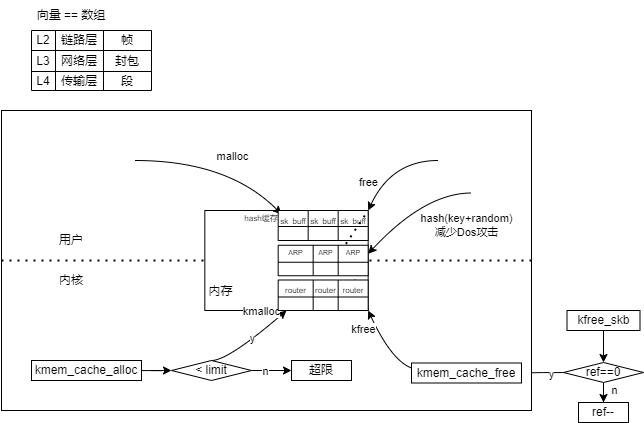
This is 深入理解Linux网络/简介.drawio.png from nayitian/drawio, a draw.io export, as it was before one commit. Source tidied: cells renumbered, new cells last; positions are measured from the earlier drawing's top-left corner, leaving out a move shared by most shapes.
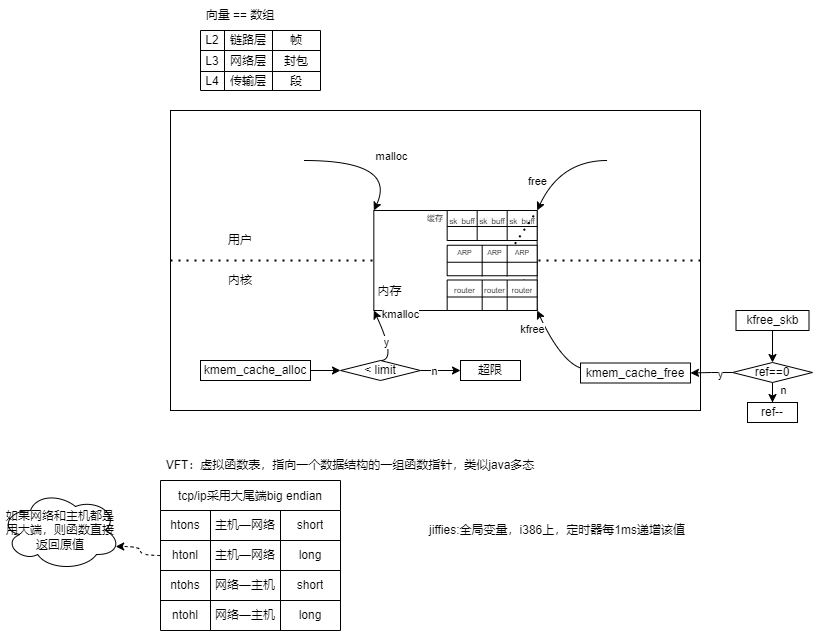
Above is the later version.

What changed in the source:
```diff
@@ -46,48 +46,25 @@
     </mxCell>
-    <mxCell id="16" value="ref--" style="rounded=0;whiteSpace=wrap;html=1;" parent="1" vertex="1">
-      <mxGeometry x="577" y="402" width="50" height="20" as="geometry" />
-    </mxCell>
-    <mxCell id="17" style="edgeStyle=orthogonalEdgeStyle;rounded=0;jettySize=auto;html=1;entryX=0.5;entryY=0;entryDx=0;entryDy=0;" parent="1" edge="1" source="21" target="16">
-      <mxGeometry relative="1" as="geometry" />
-    </mxCell>
-    <mxCell id="18" value="n" style="edgeLabel;html=1;align=center;verticalAlign=middle;" parent="17" vertex="1">
-      <mxGeometry x="0.1" y="-2" relative="1" as="geometry">
-        <mxPoint x="8" as="offset" />
-      </mxGeometry>
-    </mxCell>
-    <mxCell id="19" style="edgeStyle=orthogonalEdgeStyle;rounded=0;jettySize=auto;html=1;entryX=1;entryY=0.5;entryDx=0;entryDy=0;" parent="1" edge="1" source="21" target="51">
-      <mxGeometry relative="1" as="geometry" />
-    </mxCell>
-    <mxCell id="20" value="y" style="edgeLabel;html=1;align=center;verticalAlign=middle;" parent="19" vertex="1">
-      <mxGeometry x="-0.4" y="1" relative="1" as="geometry" />
-    </mxCell>
-    <mxCell id="21" value="ref==0" style="rhombus;whiteSpace=wrap;html=1;" parent="1" vertex="1">
-      <mxGeometry x="562" y="362" width="80" height="20" as="geometry" />
-    </mxCell>
-    <mxCell id="22" style="edgeStyle=orthogonalEdgeStyle;rounded=0;jettySize=auto;html=1;entryX=0.5;entryY=0;entryDx=0;entryDy=0;" parent="1" edge="1" source="23" target="21">
-      <mxGeometry relative="1" as="geometry" />
-    </mxCell>
-    <mxCell id="23" value="kfree_skb" style="rounded=0;whiteSpace=wrap;html=1;" parent="1" vertex="1">
-      <mxGeometry x="565.5" y="310" width="73" height="20" as="geometry" />
-    </mxCell>
+    <mxCell id="78" style="group;" parent="1" vertex="1">
+      <mxGeometry x="40" y="110" width="490" height="340" as="geometry" />
+    </mxCell>
-    <mxCell id="24" style="rounded=0;whiteSpace=wrap;html=1;" parent="1" vertex="1">
-      <mxGeometry y="110" width="530" height="300" as="geometry" />
+    <mxCell id="24" style="rounded=0;whiteSpace=wrap;html=1;" parent="78" vertex="1">
+      <mxGeometry x="-40" width="530" height="300" as="geometry" />
     </mxCell>
-    <mxCell id="25" style="endArrow=none;dashed=1;html=1;dashPattern=1 3;strokeWidth=2;rounded=0;exitX=0;exitY=0.5;exitDx=0;exitDy=0;entryX=1;entryY=0.5;entryDx=0;entryDy=0;" parent="1" edge="1" source="24" target="24">
+    <mxCell id="25" style="endArrow=none;dashed=1;html=1;dashPattern=1 3;strokeWidth=2;rounded=0;exitX=0;exitY=0.5;exitDx=0;exitDy=0;entryX=1;entryY=0.5;entryDx=0;entryDy=0;" parent="78" edge="1" source="24" target="24">
       <mxGeometry relative="1" as="geometry" />
     </mxCell>
-    <mxCell id="26" value="用户" style="text;html=1;align=center;verticalAlign=middle;whiteSpace=wrap;rounded=0;" parent="1" vertex="1">
-      <mxGeometry x="40" y="220" width="60" height="40" as="geometry" />
+    <mxCell id="26" value="用户" style="text;html=1;align=center;verticalAlign=middle;whiteSpace=wrap;rounded=0;" parent="78" vertex="1">
+      <mxGeometry y="110" width="60" height="40" as="geometry" />
     </mxCell>
-    <mxCell id="27" value="内核" style="text;html=1;align=center;verticalAlign=middle;whiteSpace=wrap;rounded=0;" parent="1" vertex="1">
-      <mxGeometry x="40" y="260" width="60" height="40" as="geometry" />
+    <mxCell id="27" value="内核" style="text;html=1;align=center;verticalAlign=middle;whiteSpace=wrap;rounded=0;" parent="78" vertex="1">
+      <mxGeometry y="150" width="60" height="40" as="geometry" />
     </mxCell>
-    <mxCell id="28" style="rounded=0;whiteSpace=wrap;html=1;" parent="1" vertex="1">
-      <mxGeometry x="203.3" y="210" width="163.3" height="100" as="geometry" />
+    <mxCell id="28" style="rounded=0;whiteSpace=wrap;html=1;" parent="78" vertex="1">
+      <mxGeometry x="163.3" y="100" width="163.3" height="100" as="geometry" />
     </mxCell>
-    <mxCell id="29" style="endArrow=classic;html=1;rounded=0;entryX=1;entryY=0.25;entryDx=0;entryDy=0;curved=1;" parent="1" edge="1" target="48">
+    <mxCell id="29" style="endArrow=classic;html=1;rounded=0;entryX=0;entryY=0;entryDx=0;entryDy=0;curved=1;" parent="78" edge="1" target="28">
       <mxGeometry relative="1" as="geometry">
-        <mxPoint x="133.3" y="160" as="sourcePoint" />
+        <mxPoint x="93.3" y="50" as="sourcePoint" />
         <Array as="points">
-          <mxPoint x="226.7" y="160" />
+          <mxPoint x="186.7" y="50" />
         </Array>
@@ -100,8 +77,8 @@
     </mxCell>
-    <mxCell id="31" style="endArrow=classic;html=1;rounded=0;entryX=0;entryY=0;entryDx=0;entryDy=0;curved=1;" parent="1" edge="1">
+    <mxCell id="31" style="endArrow=classic;html=1;rounded=0;entryX=0;entryY=0;entryDx=0;entryDy=0;curved=1;" parent="78" edge="1">
       <mxGeometry relative="1" as="geometry">
-        <mxPoint x="436.7" y="160" as="sourcePoint" />
-        <mxPoint x="366.7" y="210" as="targetPoint" />
+        <mxPoint x="396.7" y="50" as="sourcePoint" />
+        <mxPoint x="326.7" y="100" as="targetPoint" />
         <Array as="points">
-          <mxPoint x="390" y="160" />
+          <mxPoint x="350" y="50" />
         </Array>
@@ -114,6 +91,7 @@
     </mxCell>
-    <mxCell id="33" style="endArrow=classic;html=1;rounded=0;entryX=0.5;entryY=1;entryDx=0;entryDy=0;curved=1;exitX=0.5;exitY=0;exitDx=0;exitDy=0;" parent="1" edge="1" source="56" target="28">
+    <mxCell id="33" style="endArrow=classic;html=1;rounded=0;entryX=0;entryY=0;entryDx=0;entryDy=0;curved=1;exitX=0.5;exitY=0;exitDx=0;exitDy=0;" parent="78" edge="1" source="56">
       <mxGeometry relative="1" as="geometry">
+        <mxPoint x="163.3" y="200" as="targetPoint" />
         <Array as="points">
-          <mxPoint x="226.7" y="360" />
+          <mxPoint x="186.7" y="250" />
         </Array>
@@ -129,7 +107,7 @@
     </mxCell>
-    <mxCell id="36" style="endArrow=classic;html=1;rounded=0;entryX=0;entryY=0;entryDx=0;entryDy=0;curved=1;exitX=0;exitY=0.25;exitDx=0;exitDy=0;" parent="1" edge="1" source="51">
+    <mxCell id="36" style="endArrow=classic;html=1;rounded=0;entryX=0;entryY=0;entryDx=0;entryDy=0;curved=1;exitX=0;exitY=0.25;exitDx=0;exitDy=0;" parent="78" edge="1" source="51">
       <mxGeometry relative="1" as="geometry">
-        <mxPoint x="366.7" y="310" as="targetPoint" />
+        <mxPoint x="326.7" y="200" as="targetPoint" />
         <Array as="points">
-          <mxPoint x="390" y="360" />
+          <mxPoint x="350" y="250" />
         </Array>
@@ -142,4 +120,4 @@
     </mxCell>
-    <mxCell id="38" style="shape=table;startSize=0;" parent="1" vertex="1">
-      <mxGeometry x="276.7" y="210" width="90" height="30" as="geometry" />
+    <mxCell id="38" style="shape=table;startSize=0;" parent="78" vertex="1">
+      <mxGeometry x="236.7" y="100" width="90" height="30" as="geometry" />
     </mxCell>
@@ -169,28 +147,28 @@
     </mxCell>
-    <mxCell id="47" value="内存" style="text;html=1;align=center;verticalAlign=middle;whiteSpace=wrap;rounded=0;" parent="1" vertex="1">
-      <mxGeometry x="203.3" y="282.5" width="32.7" height="17.5" as="geometry" />
+    <mxCell id="47" value="内存" style="text;html=1;align=center;verticalAlign=middle;whiteSpace=wrap;rounded=0;" parent="78" vertex="1">
+      <mxGeometry x="163.3" y="172.5" width="32.7" height="17.5" as="geometry" />
     </mxCell>
-    <mxCell id="48" value="hash缓存" style="text;html=1;align=center;verticalAlign=middle;whiteSpace=wrap;rounded=0;fontSize=8;" parent="1" vertex="1">
-      <mxGeometry x="240" y="210" width="40" height="15" as="geometry" />
+    <mxCell id="48" value="缓存" style="text;html=1;align=center;verticalAlign=middle;whiteSpace=wrap;rounded=0;fontSize=8;" parent="78" vertex="1">
+      <mxGeometry x="210" y="100" width="30" height="15" as="geometry" />
     </mxCell>
-    <mxCell id="49" style="endArrow=none;dashed=1;html=1;dashPattern=1 3;strokeWidth=2;rounded=0;entryX=1;entryY=1;entryDx=0;entryDy=0;" parent="1" edge="1" target="28">
+    <mxCell id="49" style="endArrow=none;dashed=1;html=1;dashPattern=1 3;strokeWidth=2;rounded=0;entryX=1;entryY=1;entryDx=0;entryDy=0;" parent="78" edge="1" target="28">
       <mxGeometry relative="1" as="geometry">
-        <mxPoint x="340" y="250" as="sourcePoint" />
+        <mxPoint x="300" y="140" as="sourcePoint" />
       </mxGeometry>
     </mxCell>
-    <mxCell id="50" style="endArrow=none;dashed=1;html=1;dashPattern=1 3;strokeWidth=2;rounded=0;entryX=1;entryY=0;entryDx=0;entryDy=0;" parent="1" edge="1" target="38">
+    <mxCell id="50" style="endArrow=none;dashed=1;html=1;dashPattern=1 3;strokeWidth=2;rounded=0;entryX=1;entryY=0;entryDx=0;entryDy=0;" parent="78" edge="1" target="38">
       <mxGeometry relative="1" as="geometry">
-        <mxPoint x="340" y="250" as="sourcePoint" />
+        <mxPoint x="300" y="140" as="sourcePoint" />
       </mxGeometry>
     </mxCell>
-    <mxCell id="51" value="kmem_cache_free" style="rounded=0;whiteSpace=wrap;html=1;" parent="1" vertex="1">
-      <mxGeometry x="410" y="362.5" width="110" height="20" as="geometry" />
+    <mxCell id="51" value="kmem_cache_free" style="rounded=0;whiteSpace=wrap;html=1;" parent="78" vertex="1">
+      <mxGeometry x="370" y="252.5" width="110" height="20" as="geometry" />
     </mxCell>
-    <mxCell id="52" style="edgeStyle=orthogonalEdgeStyle;rounded=0;jettySize=auto;html=1;entryX=0;entryY=0.5;entryDx=0;entryDy=0;" parent="1" edge="1" source="53" target="56">
+    <mxCell id="52" style="edgeStyle=orthogonalEdgeStyle;rounded=0;jettySize=auto;html=1;entryX=0;entryY=0.5;entryDx=0;entryDy=0;" parent="78" edge="1" source="53" target="56">
       <mxGeometry relative="1" as="geometry" />
     </mxCell>
-    <mxCell id="53" value="kmem_cache_alloc" style="rounded=0;whiteSpace=wrap;html=1;" parent="1" vertex="1">
-      <mxGeometry x="30" y="360" width="110" height="20" as="geometry" />
+    <mxCell id="53" value="kmem_cache_alloc" style="rounded=0;whiteSpace=wrap;html=1;" parent="78" vertex="1">
+      <mxGeometry x="-10" y="250" width="110" height="20" as="geometry" />
     </mxCell>
-    <mxCell id="54" style="edgeStyle=orthogonalEdgeStyle;rounded=0;jettySize=auto;html=1;entryX=0;entryY=0.5;entryDx=0;entryDy=0;" parent="1" edge="1" source="56" target="57">
+    <mxCell id="54" style="edgeStyle=orthogonalEdgeStyle;rounded=0;jettySize=auto;html=1;entryX=0;entryY=0.5;entryDx=0;entryDy=0;" parent="78" edge="1" source="56" target="57">
       <mxGeometry relative="1" as="geometry" />
@@ -200,10 +178,10 @@
     </mxCell>
-    <mxCell id="56" value="&amp;lt; limit" style="rhombus;whiteSpace=wrap;html=1;" parent="1" vertex="1">
-      <mxGeometry x="170" y="360" width="80" height="20" as="geometry" />
+    <mxCell id="56" value="&amp;lt; limit" style="rhombus;whiteSpace=wrap;html=1;" parent="78" vertex="1">
+      <mxGeometry x="130" y="250" width="80" height="20" as="geometry" />
     </mxCell>
-    <mxCell id="57" value="超限" style="rounded=0;whiteSpace=wrap;html=1;" parent="1" vertex="1">
-      <mxGeometry x="290" y="360" width="60" height="20" as="geometry" />
+    <mxCell id="57" value="超限" style="rounded=0;whiteSpace=wrap;html=1;" parent="78" vertex="1">
+      <mxGeometry x="250" y="250" width="60" height="20" as="geometry" />
     </mxCell>
-    <mxCell id="58" style="shape=table;startSize=0;" parent="1" vertex="1">
-      <mxGeometry x="276.7" y="244.8" width="90" height="30.5" as="geometry" />
+    <mxCell id="58" style="shape=table;startSize=0;" parent="78" vertex="1">
+      <mxGeometry x="236.7" y="134.8" width="90" height="30.5" as="geometry" />
     </mxCell>
@@ -222,15 +200,15 @@
     <mxCell id="63" style="shape=tableRow;horizontal=0;startSize=0;swimlaneHead=0;swimlaneBody=0;strokeColor=inherit;top=0;left=0;bottom=0;right=0;fillColor=none;" parent="58" vertex="1">
-      <mxGeometry y="17" width="90" height="13" as="geometry" />
+      <mxGeometry y="17" width="90" height="14" as="geometry" />
     </mxCell>
     <mxCell id="64" style="shape=partialRectangle;html=1;whiteSpace=wrap;strokeColor=inherit;overflow=hidden;fillColor=none;top=0;left=0;bottom=0;right=0;" parent="63" vertex="1">
-      <mxGeometry width="35" height="13" as="geometry" />
+      <mxGeometry width="35" height="14" as="geometry" />
     </mxCell>
     <mxCell id="65" style="shape=partialRectangle;html=1;whiteSpace=wrap;strokeColor=inherit;overflow=hidden;fillColor=none;top=0;left=0;bottom=0;right=0;" parent="63" vertex="1">
-      <mxGeometry x="35" width="25" height="13" as="geometry" />
+      <mxGeometry x="35" width="25" height="14" as="geometry" />
     </mxCell>
     <mxCell id="66" style="shape=partialRectangle;html=1;whiteSpace=wrap;strokeColor=inherit;overflow=hidden;fillColor=none;top=0;left=0;bottom=0;right=0;" parent="63" vertex="1">
-      <mxGeometry x="60" width="30" height="13" as="geometry" />
+      <mxGeometry x="60" width="30" height="14" as="geometry" />
     </mxCell>
-    <mxCell id="67" style="shape=table;startSize=0;" parent="1" vertex="1">
-      <mxGeometry x="276.7" y="279.5" width="90" height="30.5" as="geometry" />
+    <mxCell id="67" style="shape=table;startSize=0;" parent="78" vertex="1">
+      <mxGeometry x="236.7" y="169.5" width="90" height="30.5" as="geometry" />
     </mxCell>
@@ -249,26 +227,102 @@
     <mxCell id="72" style="shape=tableRow;horizontal=0;startSize=0;swimlaneHead=0;swimlaneBody=0;strokeColor=inherit;top=0;left=0;bottom=0;right=0;fillColor=none;" parent="67" vertex="1">
-      <mxGeometry y="17" width="90" height="13" as="geometry" />
+      <mxGeometry y="17" width="90" height="14" as="geometry" />
     </mxCell>
     <mxCell id="73" style="shape=partialRectangle;html=1;whiteSpace=wrap;strokeColor=inherit;overflow=hidden;fillColor=none;top=0;left=0;bottom=0;right=0;" parent="72" vertex="1">
-      <mxGeometry width="35" height="13" as="geometry" />
+      <mxGeometry width="35" height="14" as="geometry" />
     </mxCell>
     <mxCell id="74" style="shape=partialRectangle;html=1;whiteSpace=wrap;strokeColor=inherit;overflow=hidden;fillColor=none;top=0;left=0;bottom=0;right=0;" parent="72" vertex="1">
-      <mxGeometry x="35" width="25" height="13" as="geometry" />
+      <mxGeometry x="35" width="25" height="14" as="geometry" />
     </mxCell>
     <mxCell id="75" style="shape=partialRectangle;html=1;whiteSpace=wrap;strokeColor=inherit;overflow=hidden;fillColor=none;top=0;left=0;bottom=0;right=0;" parent="72" vertex="1">
-      <mxGeometry x="60" width="30" height="13" as="geometry" />
+      <mxGeometry x="60" width="30" height="14" as="geometry" />
     </mxCell>
-    <mxCell id="76" style="endArrow=classic;html=1;rounded=0;entryX=1;entryY=0.5;entryDx=0;entryDy=0;curved=1;" parent="1" edge="1" target="59">
-      <mxGeometry relative="1" as="geometry">
-        <mxPoint x="470" y="192.5" as="sourcePoint" />
-        <Array as="points">
-          <mxPoint x="423.3" y="192.5" />
-        </Array>
-      </mxGeometry>
-    </mxCell>
-    <mxCell id="77" value="hash(key+random)&lt;br&gt;减少Dos攻击" style="edgeLabel;html=1;align=center;verticalAlign=middle;" parent="76" vertex="1">
-      <mxGeometry x="-0.01" y="1" relative="1" as="geometry">
-        <mxPoint x="52" y="19" as="offset" />
-      </mxGeometry>
-    </mxCell>
+    <mxCell id="16" value="ref--" style="rounded=0;whiteSpace=wrap;html=1;" parent="1" vertex="1">
+      <mxGeometry x="577" y="402" width="50" height="20" as="geometry" />
+    </mxCell>
+    <mxCell id="17" style="edgeStyle=orthogonalEdgeStyle;rounded=0;jettySize=auto;html=1;entryX=0.5;entryY=0;entryDx=0;entryDy=0;" parent="1" edge="1" source="21" target="16">
+      <mxGeometry relative="1" as="geometry" />
+    </mxCell>
+    <mxCell id="18" value="n" style="edgeLabel;html=1;align=center;verticalAlign=middle;" parent="17" vertex="1">
+      <mxGeometry x="0.1" y="-2" relative="1" as="geometry">
+        <mxPoint x="8" as="offset" />
+      </mxGeometry>
+    </mxCell>
+    <mxCell id="19" style="edgeStyle=orthogonalEdgeStyle;rounded=0;jettySize=auto;html=1;entryX=1;entryY=0.5;entryDx=0;entryDy=0;" parent="1" edge="1" source="21" target="51">
+      <mxGeometry relative="1" as="geometry" />
+    </mxCell>
+    <mxCell id="20" value="y" style="edgeLabel;html=1;align=center;verticalAlign=middle;" parent="19" vertex="1">
+      <mxGeometry x="-0.4" y="1" relative="1" as="geometry" />
+    </mxCell>
+    <mxCell id="21" value="ref==0" style="rhombus;whiteSpace=wrap;html=1;" parent="1" vertex="1">
+      <mxGeometry x="562" y="362" width="80" height="20" as="geometry" />
+    </mxCell>
+    <mxCell id="22" style="edgeStyle=orthogonalEdgeStyle;rounded=0;jettySize=auto;html=1;entryX=0.5;entryY=0;entryDx=0;entryDy=0;" parent="1" edge="1" source="23" target="21">
+      <mxGeometry relative="1" as="geometry" />
+    </mxCell>
+    <mxCell id="23" value="kfree_skb" style="rounded=0;whiteSpace=wrap;html=1;" parent="1" vertex="1">
+      <mxGeometry x="565.5" y="310" width="73" height="20" as="geometry" />
+    </mxCell>
+    <mxCell id="79" value="VFT：虚拟函数表，指向一个数据结构的一组函数指针，类似java多态" style="text;html=1;align=center;verticalAlign=middle;whiteSpace=wrap;rounded=0;" parent="1" vertex="1">
+      <mxGeometry x="-10" y="450" width="380" height="30" as="geometry" />
+    </mxCell>
+    <mxCell id="80" value="tcp/ip采用大尾端big endian" style="shape=table;startSize=30;" parent="1" vertex="1">
+      <mxGeometry x="-10" y="480" width="180" height="150" as="geometry" />
+    </mxCell>
+    <mxCell id="81" style="shape=tableRow;horizontal=0;startSize=0;swimlaneHead=0;swimlaneBody=0;strokeColor=inherit;top=0;left=0;bottom=0;right=0;fillColor=none;" parent="80" vertex="1">
+      <mxGeometry y="30" width="180" height="30" as="geometry" />
+    </mxCell>
+    <mxCell id="82" value="htons" style="shape=partialRectangle;html=1;whiteSpace=wrap;strokeColor=inherit;overflow=hidden;fillColor=none;top=0;left=0;bottom=0;right=0;" parent="81" vertex="1">
+      <mxGeometry width="50" height="30" as="geometry" />
+    </mxCell>
+    <mxCell id="83" value="主机—网络" style="shape=partialRectangle;html=1;whiteSpace=wrap;strokeColor=inherit;overflow=hidden;fillColor=none;top=0;left=0;bottom=0;right=0;" parent="81" vertex="1">
+      <mxGeometry x="50" width="70" height="30" as="geometry" />
+    </mxCell>
+    <mxCell id="84" value="short" style="shape=partialRectangle;html=1;whiteSpace=wrap;strokeColor=inherit;overflow=hidden;fillColor=none;top=0;left=0;bottom=0;right=0;" parent="81" vertex="1">
+      <mxGeometry x="120" width="60" height="30" as="geometry" />
+    </mxCell>
+    <mxCell id="85" style="shape=tableRow;horizontal=0;startSize=0;swimlaneHead=0;swimlaneBody=0;strokeColor=inherit;top=0;left=0;bottom=0;right=0;fillColor=none;points=[[0,0.5],[1,0.5]];portConstraint=eastwest;" parent="80" vertex="1">
+      <mxGeometry y="60" width="180" height="30" as="geometry" />
+    </mxCell>
+    <mxCell id="86" value="htonl" style="shape=partialRectangle;html=1;whiteSpace=wrap;strokeColor=inherit;overflow=hidden;fillColor=none;top=0;left=0;bottom=0;right=0;" parent="85" vertex="1">
+      <mxGeometry width="50" height="30" as="geometry" />
+    </mxCell>
+    <mxCell id="87" value="主机—网络" style="shape=partialRectangle;html=1;whiteSpace=wrap;strokeColor=inherit;overflow=hidden;fillColor=none;top=0;left=0;bottom=0;right=0;" parent="85" vertex="1">
+      <mxGeometry x="50" width="70" height="30" as="geometry" />
+    </mxCell>
+    <mxCell id="88" value="long" style="shape=partialRectangle;html=1;whiteSpace=wrap;strokeColor=inherit;overflow=hidden;fillColor=none;top=0;left=0;bottom=0;right=0;" parent="85" vertex="1">
+      <mxGeometry x="120" width="60" height="30" as="geometry" />
+    </mxCell>
+    <mxCell id="89" style="shape=tableRow;horizontal=0;startSize=0;swimlaneHead=0;swimlaneBody=0;strokeColor=inherit;top=0;left=0;bottom=0;right=0;fillColor=none;" parent="80" vertex="1">
+      <mxGeometry y="90" width="180" height="30" as="geometry" />
+    </mxCell>
+    <mxCell id="90" value="ntohs" style="shape=partialRectangle;html=1;whiteSpace=wrap;strokeColor=inherit;overflow=hidden;fillColor=none;top=0;left=0;bottom=0;right=0;" parent="89" vertex="1">
+      <mxGeometry width="50" height="30" as="geometry" />
+    </mxCell>
+    <mxCell id="91" value="网络—主机" style="shape=partialRectangle;html=1;whiteSpace=wrap;strokeColor=inherit;overflow=hidden;fillColor=none;top=0;left=0;bottom=0;right=0;" parent="89" vertex="1">
+      <mxGeometry x="50" width="70" height="30" as="geometry" />
+    </mxCell>
+    <mxCell id="92" value="short" style="shape=partialRectangle;html=1;whiteSpace=wrap;strokeColor=inherit;overflow=hidden;fillColor=none;top=0;left=0;bottom=0;right=0;" parent="89" vertex="1">
+      <mxGeometry x="120" width="60" height="30" as="geometry" />
+    </mxCell>
+    <mxCell id="93" style="shape=tableRow;horizontal=0;startSize=0;swimlaneHead=0;swimlaneBody=0;strokeColor=inherit;top=0;left=0;bottom=0;right=0;fillColor=none;" parent="80" vertex="1">
+      <mxGeometry y="120" width="180" height="30" as="geometry" />
+    </mxCell>
+    <mxCell id="94" value="ntohl" style="shape=partialRectangle;html=1;whiteSpace=wrap;strokeColor=inherit;overflow=hidden;fillColor=none;top=0;left=0;bottom=0;right=0;" parent="93" vertex="1">
+      <mxGeometry width="50" height="30" as="geometry" />
+    </mxCell>
+    <mxCell id="95" value="网络—主机" style="shape=partialRectangle;html=1;whiteSpace=wrap;strokeColor=inherit;overflow=hidden;fillColor=none;top=0;left=0;bottom=0;right=0;" parent="93" vertex="1">
+      <mxGeometry x="50" width="70" height="30" as="geometry" />
+    </mxCell>
+    <mxCell id="96" value="long" style="shape=partialRectangle;html=1;whiteSpace=wrap;strokeColor=inherit;overflow=hidden;fillColor=none;top=0;left=0;bottom=0;right=0;" parent="93" vertex="1">
+      <mxGeometry x="120" width="60" height="30" as="geometry" />
+    </mxCell>
+    <mxCell id="97" value="如果网络和主机都是用大端，则函数直接返回原值" style="ellipse;shape=cloud;whiteSpace=wrap;html=1;" parent="1" vertex="1">
+      <mxGeometry x="-170" y="490" width="120" height="80" as="geometry" />
+    </mxCell>
+    <mxCell id="98" style="edgeStyle=orthogonalEdgeStyle;rounded=0;jettySize=auto;html=1;entryX=0.96;entryY=0.7;entryDx=0;entryDy=0;entryPerimeter=0;curved=1;dashed=1;" parent="1" edge="1" source="85" target="97">
+      <mxGeometry relative="1" as="geometry" />
+    </mxCell>
+    <mxCell id="99" value="jiffies:全局变量，i386上，定时器每1ms递增该值" style="text;html=1;align=center;verticalAlign=middle;whiteSpace=wrap;rounded=0;" parent="1" vertex="1">
+      <mxGeometry x="197" y="515" width="380" height="30" as="geometry" />
+    </mxCell>
   </root>
```
